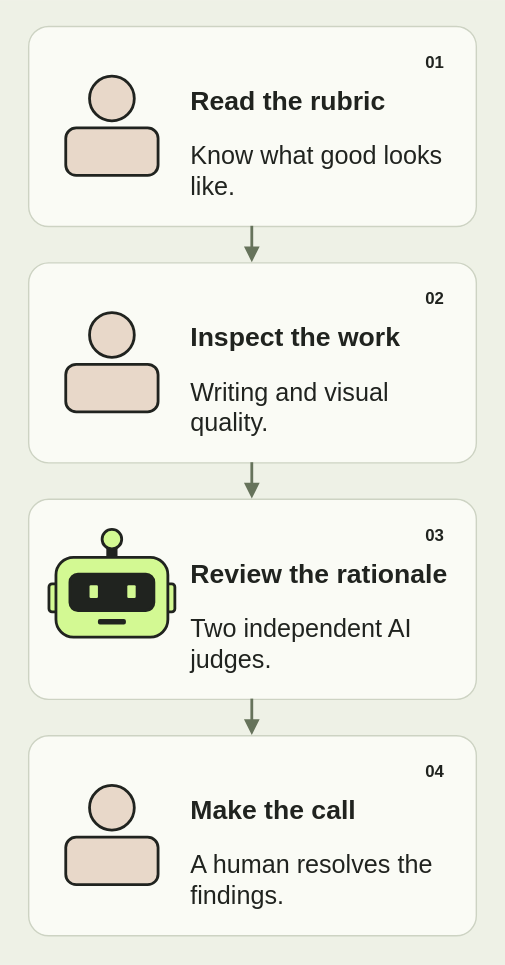
This is images/agents/evaluation-mobile.svg from youngfreezy/youngfreezy.github.io, a draw.io export, as it was before one commit. Source tidied: cells renumbered, new cells last; positions are measured from the earlier drawing's top-left corner, leaving out a move shared by most shapes.
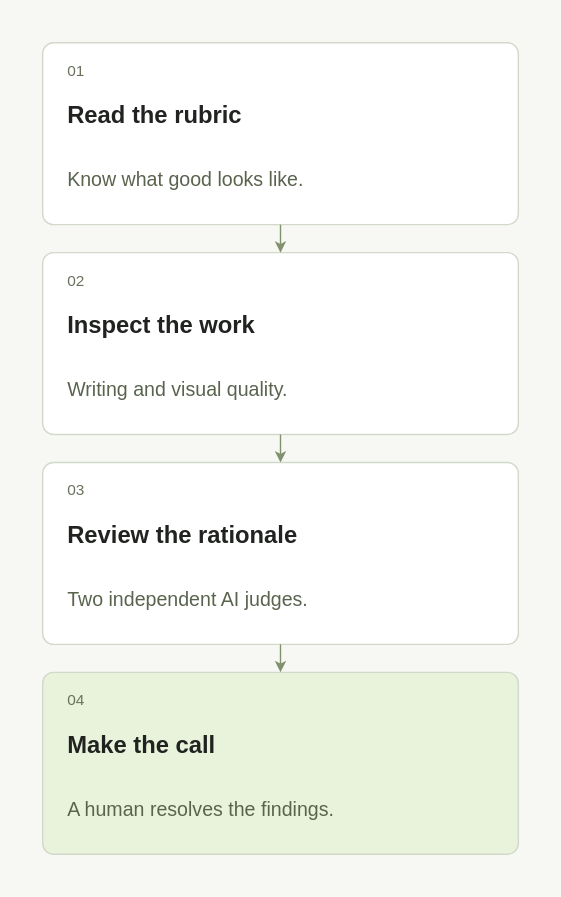
After the change.

Diff of the diagram source:
```diff
@@ -1,111 +1,66 @@
-<mxGraphModel background="#eef1e6">
+<mxGraphModel background="#f7f8f4">
   <root>
     <mxCell id="0" />
     <mxCell id="1" parent="0" />
-    <mxCell id="2" style="fillColor=#eef1e6;strokeColor=none;html=1;fontFamily=Helvetica;fontColor=#20231f;" parent="1" vertex="1">
-      <mxGeometry width="360" height="688" as="geometry" />
-    </mxCell>
-    <mxCell id="3" style="rounded=1;arcSize=10;fillColor=#fafbf5;strokeColor=#cdd3c3;strokeWidth=1;html=1;fontFamily=Helvetica;fontColor=#20231f;" parent="1" vertex="1">
-      <mxGeometry x="20" y="18" width="320" height="143" as="geometry" />
-    </mxCell>
-    <mxCell id="4" style="ellipse;fillColor=#e8d8c9;strokeColor=#20231f;strokeWidth=2;html=1;fontFamily=Helvetica;fontColor=#20231f;" parent="3" vertex="1">
-      <mxGeometry x="44" y="36" width="32" height="32" as="geometry" />
-    </mxCell>
-    <mxCell id="5" style="rounded=1;arcSize=22;strokeWidth=2;strokeColor=#20231f;fillColor=#e8d8c9;html=1;fontFamily=Helvetica;fontColor=#20231f;" parent="3" vertex="1">
-      <mxGeometry x="27" y="73" width="66" height="34" as="geometry" />
-    </mxCell>
+    <mxCell id="37" style="html=1;fontFamily=Helvetica;fillColor=#f7f8f4;strokeColor=none;" parent="1" vertex="1">
+      <mxGeometry width="400" height="640" as="geometry" />
+    </mxCell>
+    <mxCell id="38" style="html=1;fontFamily=Helvetica;rounded=1;arcSize=6;fillColor=#ffffff;strokeColor=#d3d9ca;" parent="37" vertex="1">
+      <mxGeometry x="30" y="30" width="340" height="130" as="geometry" />
+    </mxCell>
-    <mxCell id="6" value="01" style="text;strokeColor=none;fillColor=none;fontSize=12;fontStyle=1;html=1;fontFamily=Helvetica;fontColor=#20231f;" parent="3" vertex="1">
-      <mxGeometry x="282" y="12" width="24" height="22" as="geometry" />
+    <mxCell id="6" value="01" style="html=1;fontFamily=Helvetica;text;whiteSpace=wrap;align=left;verticalAlign=middle;fillColor=none;strokeColor=none;fontSize=11;fontColor=#68725c;" parent="38" vertex="1">
+      <mxGeometry x="16" y="12" width="308" height="16" as="geometry" />
     </mxCell>
-    <mxCell id="7" value="Read the rubric" style="text;strokeColor=none;fillColor=none;fontSize=19;fontStyle=1;align=left;html=1;fontFamily=Helvetica;fontColor=#20231f;" parent="3" vertex="1">
-      <mxGeometry x="114" y="36" width="190" height="32" as="geometry" />
+    <mxCell id="7" value="Read the rubric" style="html=1;fontFamily=Helvetica;text;whiteSpace=wrap;align=left;verticalAlign=middle;fillColor=none;strokeColor=none;fontSize=17;fontColor=#20231f;fontStyle=1;" parent="38" vertex="1">
+      <mxGeometry x="16" y="34" width="308" height="38" as="geometry" />
     </mxCell>
-    <mxCell id="8" value="Know what good looks like." style="text;whiteSpace=wrap;strokeColor=none;fillColor=none;fontSize=18;align=left;html=1;fontFamily=Helvetica;fontColor=#20231f;" parent="3" vertex="1">
-      <mxGeometry x="114" y="76" width="184" height="48" as="geometry" />
+    <mxCell id="8" value="Know what good looks like." style="html=1;fontFamily=Helvetica;text;whiteSpace=wrap;align=left;verticalAlign=middle;fillColor=none;strokeColor=none;fontSize=14;fontColor=#59634e;" parent="38" vertex="1">
+      <mxGeometry x="16" y="80" width="308" height="36" as="geometry" />
     </mxCell>
-    <mxCell id="9" style="rounded=1;arcSize=10;fillColor=#fafbf5;strokeColor=#cdd3c3;strokeWidth=1;html=1;fontFamily=Helvetica;fontColor=#20231f;" parent="1" vertex="1">
-      <mxGeometry x="20" y="187" width="320" height="143" as="geometry" />
-    </mxCell>
-    <mxCell id="10" style="ellipse;fillColor=#e8d8c9;strokeColor=#20231f;strokeWidth=2;html=1;fontFamily=Helvetica;fontColor=#20231f;" parent="9" vertex="1">
-      <mxGeometry x="44" y="36" width="32" height="32" as="geometry" />
-    </mxCell>
-    <mxCell id="11" style="rounded=1;arcSize=22;strokeWidth=2;strokeColor=#20231f;fillColor=#e8d8c9;html=1;fontFamily=Helvetica;fontColor=#20231f;" parent="9" vertex="1">
-      <mxGeometry x="27" y="73" width="66" height="34" as="geometry" />
-    </mxCell>
+    <mxCell id="39" style="html=1;fontFamily=Helvetica;rounded=1;arcSize=6;fillColor=#ffffff;strokeColor=#d3d9ca;" parent="37" vertex="1">
+      <mxGeometry x="30" y="180" width="340" height="130" as="geometry" />
+    </mxCell>
-    <mxCell id="12" value="02" style="text;strokeColor=none;fillColor=none;fontSize=12;fontStyle=1;html=1;fontFamily=Helvetica;fontColor=#20231f;" parent="9" vertex="1">
-      <mxGeometry x="282" y="12" width="24" height="22" as="geometry" />
+    <mxCell id="12" value="02" style="html=1;fontFamily=Helvetica;text;whiteSpace=wrap;align=left;verticalAlign=middle;fillColor=none;strokeColor=none;fontSize=11;fontColor=#68725c;" parent="39" vertex="1">
+      <mxGeometry x="16" y="12" width="308" height="16" as="geometry" />
     </mxCell>
-    <mxCell id="13" value="Inspect the work" style="text;strokeColor=none;fillColor=none;fontSize=19;fontStyle=1;align=left;html=1;fontFamily=Helvetica;fontColor=#20231f;" parent="9" vertex="1">
-      <mxGeometry x="114" y="36" width="190" height="32" as="geometry" />
+    <mxCell id="13" value="Inspect the work" style="html=1;fontFamily=Helvetica;text;whiteSpace=wrap;align=left;verticalAlign=middle;fillColor=none;strokeColor=none;fontSize=17;fontColor=#20231f;fontStyle=1;" parent="39" vertex="1">
+      <mxGeometry x="16" y="34" width="308" height="38" as="geometry" />
     </mxCell>
-    <mxCell id="14" value="Writing and visual quality." style="text;whiteSpace=wrap;strokeColor=none;fillColor=none;fontSize=18;align=left;html=1;fontFamily=Helvetica;fontColor=#20231f;" parent="9" vertex="1">
-      <mxGeometry x="114" y="76" width="184" height="48" as="geometry" />
+    <mxCell id="14" value="Writing and visual quality." style="html=1;fontFamily=Helvetica;text;whiteSpace=wrap;align=left;verticalAlign=middle;fillColor=none;strokeColor=none;fontSize=14;fontColor=#59634e;" parent="39" vertex="1">
+      <mxGeometry x="16" y="80" width="308" height="36" as="geometry" />
     </mxCell>
-    <mxCell id="15" style="rounded=1;arcSize=10;fillColor=#fafbf5;strokeColor=#cdd3c3;strokeWidth=1;html=1;fontFamily=Helvetica;fontColor=#20231f;" parent="1" vertex="1">
-      <mxGeometry x="20" y="356" width="320" height="143" as="geometry" />
-    </mxCell>
-    <mxCell id="16" style="rounded=1;arcSize=22;strokeWidth=2;strokeColor=#20231f;fillColor=#20231f;html=1;fontFamily=Helvetica;fontColor=#20231f;" parent="15" vertex="1">
-      <mxGeometry x="57" y="29" width="6" height="14" as="geometry" />
-    </mxCell>
-    <mxCell id="17" style="ellipse;fillColor=#d3f993;strokeColor=#20231f;strokeWidth=2;html=1;fontFamily=Helvetica;fontColor=#20231f;" parent="15" vertex="1">
-      <mxGeometry x="53" y="22" width="14" height="14" as="geometry" />
-    </mxCell>
-    <mxCell id="18" style="rounded=1;arcSize=22;strokeWidth=2;strokeColor=#20231f;fillColor=#d3f993;html=1;fontFamily=Helvetica;fontColor=#20231f;" parent="15" vertex="1">
-      <mxGeometry x="15" y="61" width="10" height="20" as="geometry" />
-    </mxCell>
-    <mxCell id="19" style="rounded=1;arcSize=22;strokeWidth=2;strokeColor=#20231f;fillColor=#d3f993;html=1;fontFamily=Helvetica;fontColor=#20231f;" parent="15" vertex="1">
-      <mxGeometry x="95" y="61" width="10" height="20" as="geometry" />
-    </mxCell>
-    <mxCell id="20" style="rounded=1;arcSize=22;strokeWidth=2;strokeColor=#20231f;fillColor=#d3f993;html=1;fontFamily=Helvetica;fontColor=#20231f;" parent="15" vertex="1">
-      <mxGeometry x="20" y="42" width="80" height="57" as="geometry" />
-    </mxCell>
-    <mxCell id="21" style="rounded=1;arcSize=22;strokeWidth=2;strokeColor=#20231f;fillColor=#20231f;html=1;fontFamily=Helvetica;fontColor=#20231f;" parent="15" vertex="1">
-      <mxGeometry x="30" y="54" width="60" height="26" as="geometry" />
-    </mxCell>
-    <mxCell id="22" style="rounded=1;fillColor=#d3f993;strokeColor=none;html=1;fontFamily=Helvetica;fontColor=#20231f;" parent="15" vertex="1">
-      <mxGeometry x="44" y="62" width="6" height="9" as="geometry" />
-    </mxCell>
-    <mxCell id="23" style="rounded=1;fillColor=#d3f993;strokeColor=none;html=1;fontFamily=Helvetica;fontColor=#20231f;" parent="15" vertex="1">
-      <mxGeometry x="71" y="62" width="6" height="9" as="geometry" />
-    </mxCell>
-    <mxCell id="24" style="rounded=1;arcSize=22;strokeWidth=2;strokeColor=#20231f;fillColor=#20231f;html=1;fontFamily=Helvetica;fontColor=#20231f;" parent="15" vertex="1">
-      <mxGeometry x="51" y="87" width="18" height="2" as="geometry" />
-    </mxCell>
+    <mxCell id="40" style="edgeStyle=orthogonalEdgeStyle;rounded=1;jettySize=auto;strokeColor=#82916e;strokeWidth=1;endArrow=classic;endSize=5;exitX=.5;exitY=1;entryX=.5;entryY=0;" parent="37" edge="1" source="38" target="39">
+      <mxGeometry relative="1" as="geometry" />
+    </mxCell>
+    <mxCell id="41" style="html=1;fontFamily=Helvetica;rounded=1;arcSize=6;fillColor=#ffffff;strokeColor=#d3d9ca;" parent="37" vertex="1">
+      <mxGeometry x="30" y="330" width="340" height="130" as="geometry" />
+    </mxCell>
-    <mxCell id="25" value="03" style="text;strokeColor=none;fillColor=none;fontSize=12;fontStyle=1;html=1;fontFamily=Helvetica;fontColor=#20231f;" parent="15" vertex="1">
-      <mxGeometry x="282" y="12" width="24" height="22" as="geometry" />
+    <mxCell id="25" value="03" style="html=1;fontFamily=Helvetica;text;whiteSpace=wrap;align=left;verticalAlign=middle;fillColor=none;strokeColor=none;fontSize=11;fontColor=#68725c;" parent="41" vertex="1">
+      <mxGeometry x="16" y="12" width="308" height="16" as="geometry" />
     </mxCell>
-    <mxCell id="26" value="Review the rationale" style="text;strokeColor=none;fillColor=none;fontSize=19;fontStyle=1;align=left;html=1;fontFamily=Helvetica;fontColor=#20231f;" parent="15" vertex="1">
-      <mxGeometry x="114" y="36" width="190" height="32" as="geometry" />
+    <mxCell id="26" value="Review the rationale" style="html=1;fontFamily=Helvetica;text;whiteSpace=wrap;align=left;verticalAlign=middle;fillColor=none;strokeColor=none;fontSize=17;fontColor=#20231f;fontStyle=1;" parent="41" vertex="1">
+      <mxGeometry x="16" y="34" width="308" height="38" as="geometry" />
     </mxCell>
-    <mxCell id="27" value="Two independent AI judges." style="text;whiteSpace=wrap;strokeColor=none;fillColor=none;fontSize=18;align=left;html=1;fontFamily=Helvetica;fontColor=#20231f;" parent="15" vertex="1">
-      <mxGeometry x="114" y="76" width="184" height="48" as="geometry" />
+    <mxCell id="27" value="Two independent AI judges." style="html=1;fontFamily=Helvetica;text;whiteSpace=wrap;align=left;verticalAlign=middle;fillColor=none;strokeColor=none;fontSize=14;fontColor=#59634e;" parent="41" vertex="1">
+      <mxGeometry x="16" y="80" width="308" height="36" as="geometry" />
     </mxCell>
-    <mxCell id="28" style="rounded=1;arcSize=10;fillColor=#fafbf5;strokeColor=#cdd3c3;strokeWidth=1;html=1;fontFamily=Helvetica;fontColor=#20231f;" parent="1" vertex="1">
-      <mxGeometry x="20" y="525" width="320" height="143" as="geometry" />
-    </mxCell>
-    <mxCell id="29" style="ellipse;fillColor=#e8d8c9;strokeColor=#20231f;strokeWidth=2;html=1;fontFamily=Helvetica;fontColor=#20231f;" parent="28" vertex="1">
-      <mxGeometry x="44" y="36" width="32" height="32" as="geometry" />
-    </mxCell>
-    <mxCell id="30" style="rounded=1;arcSize=22;strokeWidth=2;strokeColor=#20231f;fillColor=#e8d8c9;html=1;fontFamily=Helvetica;fontColor=#20231f;" parent="28" vertex="1">
-      <mxGeometry x="27" y="73" width="66" height="34" as="geometry" />
-    </mxCell>
+    <mxCell id="42" style="edgeStyle=orthogonalEdgeStyle;rounded=1;jettySize=auto;strokeColor=#82916e;strokeWidth=1;endArrow=classic;endSize=5;exitX=.5;exitY=1;entryX=.5;entryY=0;" parent="37" edge="1" source="39" target="41">
+      <mxGeometry relative="1" as="geometry" />
+    </mxCell>
+    <mxCell id="43" style="html=1;fontFamily=Helvetica;rounded=1;arcSize=6;fillColor=#e9f3db;strokeColor=#d3d9ca;" parent="37" vertex="1">
+      <mxGeometry x="30" y="480" width="340" height="130" as="geometry" />
+    </mxCell>
-    <mxCell id="31" value="04" style="text;strokeColor=none;fillColor=none;fontSize=12;fontStyle=1;html=1;fontFamily=Helvetica;fontColor=#20231f;" parent="28" vertex="1">
-      <mxGeometry x="282" y="12" width="24" height="22" as="geometry" />
+    <mxCell id="31" value="04" style="html=1;fontFamily=Helvetica;text;whiteSpace=wrap;align=left;verticalAlign=middle;fillColor=none;strokeColor=none;fontSize=11;fontColor=#68725c;" parent="43" vertex="1">
+      <mxGeometry x="16" y="12" width="308" height="16" as="geometry" />
     </mxCell>
-    <mxCell id="32" value="Make the call" style="text;strokeColor=none;fillColor=none;fontSize=19;fontStyle=1;align=left;html=1;fontFamily=Helvetica;fontColor=#20231f;" parent="28" vertex="1">
-      <mxGeometry x="114" y="36" width="190" height="32" as="geometry" />
+    <mxCell id="32" value="Make the call" style="html=1;fontFamily=Helvetica;text;whiteSpace=wrap;align=left;verticalAlign=middle;fillColor=none;strokeColor=none;fontSize=17;fontColor=#20231f;fontStyle=1;" parent="43" vertex="1">
+      <mxGeometry x="16" y="34" width="308" height="38" as="geometry" />
     </mxCell>
-    <mxCell id="33" value="A human resolves the findings." style="text;whiteSpace=wrap;strokeColor=none;fillColor=none;fontSize=18;align=left;html=1;fontFamily=Helvetica;fontColor=#20231f;" parent="28" vertex="1">
-      <mxGeometry x="114" y="76" width="184" height="48" as="geometry" />
+    <mxCell id="33" value="A human resolves the findings." style="html=1;fontFamily=Helvetica;text;whiteSpace=wrap;align=left;verticalAlign=middle;fillColor=none;strokeColor=none;fontSize=14;fontColor=#59634e;" parent="43" vertex="1">
+      <mxGeometry x="16" y="80" width="308" height="36" as="geometry" />
     </mxCell>
-    <mxCell id="34" style="edgeStyle=orthogonalEdgeStyle;rounded=1;jettySize=auto;strokeColor=#66735b;strokeWidth=2;endArrow=block;endFill=1;exitX=0.5;exitY=1;entryX=0.5;entryY=0;" parent="1" edge="1" source="3" target="9">
-      <mxGeometry relative="1" as="geometry" />
-    </mxCell>
-    <mxCell id="35" style="edgeStyle=orthogonalEdgeStyle;rounded=1;jettySize=auto;strokeColor=#66735b;strokeWidth=2;endArrow=block;endFill=1;exitX=0.5;exitY=1;entryX=0.5;entryY=0;" parent="1" edge="1" source="9" target="15">
-      <mxGeometry relative="1" as="geometry" />
-    </mxCell>
-    <mxCell id="36" style="edgeStyle=orthogonalEdgeStyle;rounded=1;jettySize=auto;strokeColor=#66735b;strokeWidth=2;endArrow=block;endFill=1;exitX=0.5;exitY=1;entryX=0.5;entryY=0;" parent="1" edge="1" source="15" target="28">
-      <mxGeometry relative="1" as="geometry" />
-    </mxCell>
+    <mxCell id="44" style="edgeStyle=orthogonalEdgeStyle;rounded=1;jettySize=auto;strokeColor=#82916e;strokeWidth=1;endArrow=classic;endSize=5;exitX=.5;exitY=1;entryX=.5;entryY=0;" parent="37" edge="1" source="41" target="43">
+      <mxGeometry relative="1" as="geometry" />
+    </mxCell>
   </root>
 </mxGraphModel>
```
